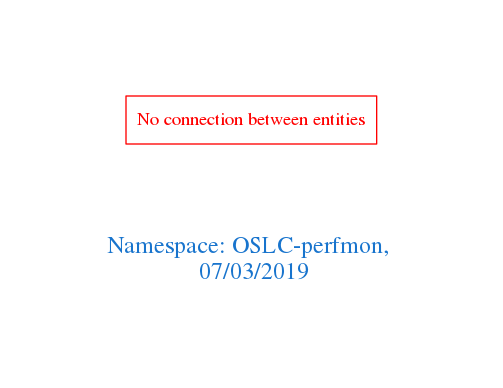
arago/OGIT keeps this Graphviz diagram as downloads/OSLC-perfmon.png. Above is the earlier version. Its source is kept beside it as downloads/OSLC-perfmon.dot.
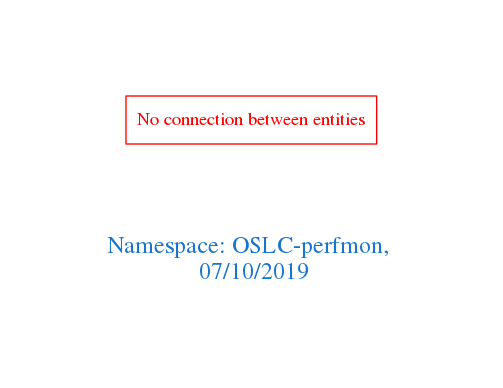
The same file after the commit.

Diff of the diagram source:
```diff
@@ -1,7 +1,7 @@
 digraph OGIT_ontology {
  graph [ rankdir= LR,pad=1
 fontsize = 18,
-fontcolor= dodgerblue3,label = "\n\n\nNamespace: OSLC-perfmon, \n 07/03/2019"];
+fontcolor= dodgerblue3,label = "\n\n\nNamespace: OSLC-perfmon, \n 07/10/2019"];
 node[shape=polygon];
 edge [  color="gray81"];
 
```
